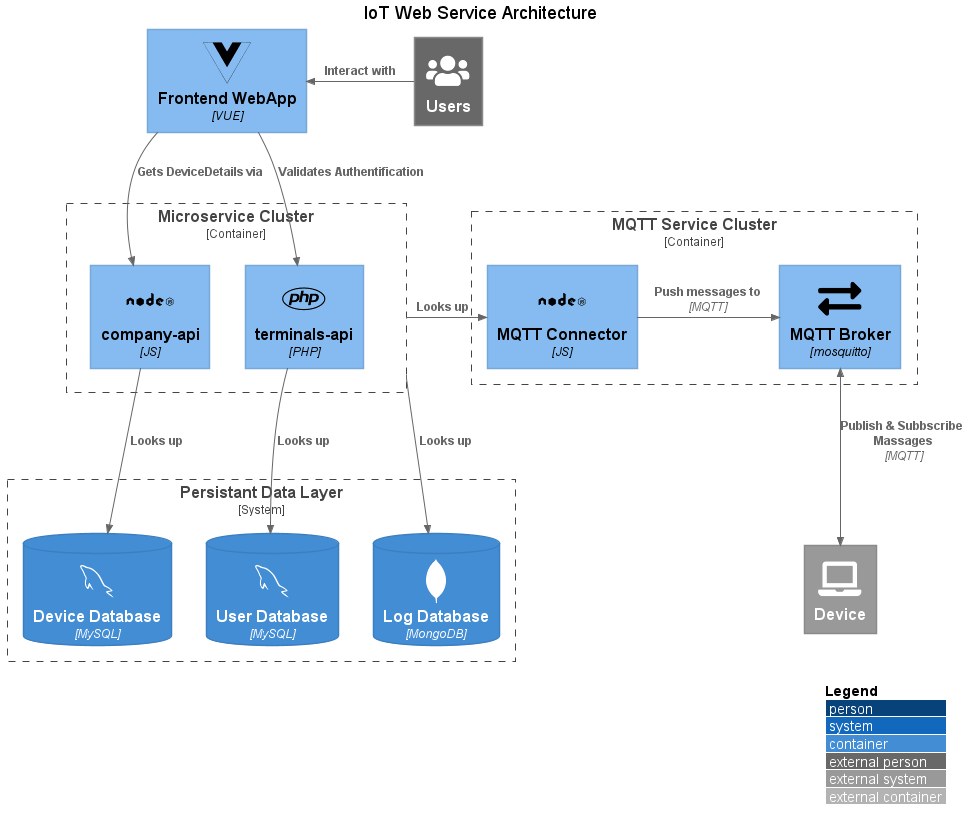
Before: Thesis/fig/CCI-System.png, a diagram exported from PlantUML (hegerdes/Thesis). Its diagram source:
```plantuml
@startuml CCI-System
!include https://raw.githubusercontent.com/plantuml-stdlib/C4-PlantUML/master/C4_Container.puml
!include https://raw.githubusercontent.com/plantuml-stdlib/C4-PlantUML/master/C4_Component.puml
  !include https://raw.githubusercontent.com/plantuml-stdlib/C4-PlantUML/master/C4_Deployment.puml
!define DEVICONS https://raw.githubusercontent.com/tupadr3/plantuml-icon-font-sprites/master/devicons
!define DEVICONS2 https://raw.githubusercontent.com/tupadr3/plantuml-icon-font-sprites/master/devicons2
!define FONTAWESOME https://raw.githubusercontent.com/tupadr3/plantuml-icon-font-sprites/master/font-awesome-5

!include FONTAWESOME/users.puml
!include FONTAWESOME/building.puml
!include FONTAWESOME/exchange_alt.puml
!include FONTAWESOME/terminal.puml
!include FONTAWESOME/chrome.puml
!include FONTAWESOME/php.puml
!include FONTAWESOME/laptop.puml
!include DEVICONS/nodejs.puml
!include DEVICONS/mysql.puml
!include DEVICONS/nginx.puml
!include DEVICONS/javascript.puml
!include DEVICONS2/vuejs.puml
!include DEVICONS2/ssh_original_wordmark.puml
!include DEVICONS2/mongodb.puml

title IoT Web Service Architecture
LAYOUT_WITH_LEGEND()


System_Ext(device, "Device", ,$sprite="laptop")
Person_Ext(user, "Users", ,$sprite="users")


Component(web_app, "Frontend WebApp", "VUE", "", $sprite="vuejs")


Container_Boundary(mqtt_cluster, "MQTT Service Cluster") {
    Component(mqtt_broker, "MQTT Broker", "mosquitto", "", $sprite="exchange_alt")
    Component(mqtt_con, "MQTT Connector", "JS", "", $sprite="nodejs")
}

System_Boundary(db, "Persistant Data Layer") {
    ContainerDb(db_log, "Log Database", "MongoDB", "", $sprite="mongodb")
    ContainerDb(db_user, "User Database", "MySQL", "", $sprite="mysql")
    ContainerDb(db_device, "Device Database", "MySQL", "", $sprite="mysql")
}

    Container_Boundary(micro, "Microservice Cluster") {
        Component(company_api, "company-api", "JS", "", $sprite="nodejs")
        Component(terminals_company, "terminals-api", "PHP", "", $sprite="php")
    }

Lay_R(terminals_company, company_api)
Lay_R(db_log, terminals_company)

Rel_L(user, web_app, "Interact with")
Rel(web_app, terminals_company, "Validates Authentification")

Rel(web_app, company_api , "Gets DeviceDetails via")
BiRel(mqtt_broker, device , "Publish & Subbscribe Massages", "MQTT")
Rel_R(mqtt_con,mqtt_broker , "Push messages to", "MQTT")
Rel(company_api,db_device , "Looks up")
Rel(terminals_company,db_user , "Looks up", )
Rel(micro,db_log , "Looks up", )
Rel_R(micro,mqtt_con , "Looks up")


@enduml
```
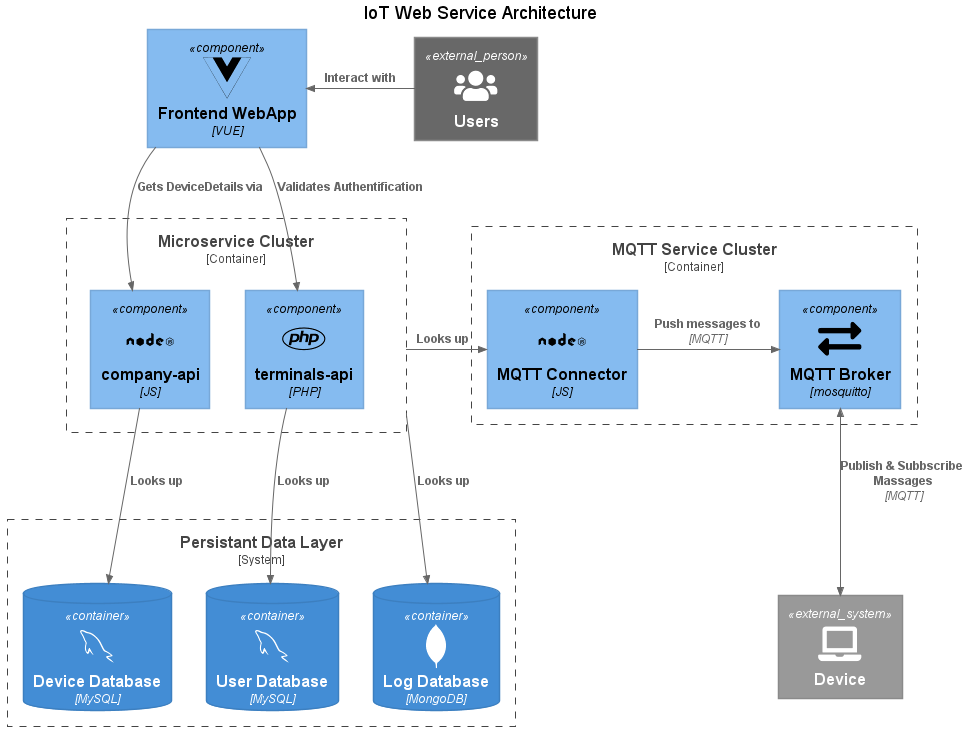
The same diagram one commit later.

Diff of the diagram source:
```diff
@@ -22,7 +22,6 @@
 !include DEVICONS2/mongodb.puml
 
 title IoT Web Service Architecture
-LAYOUT_WITH_LEGEND()
 
 
 System_Ext(device, "Device", ,$sprite="laptop")
```
